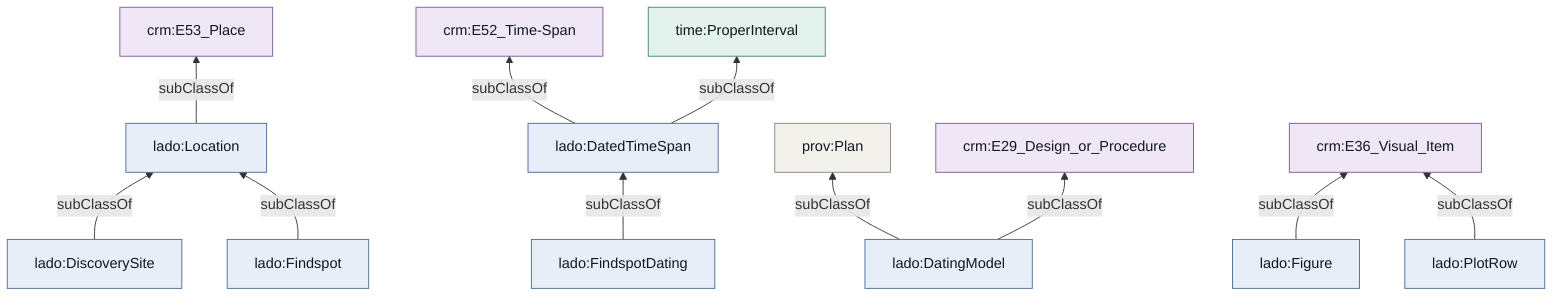
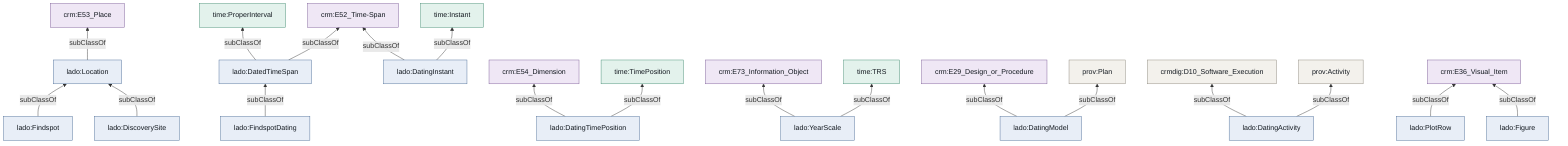
flowchart BT
    lado_Location["lado:Location"]
    crm_E53_Place["crm:E53_Place"]
    lado_Location -->|subClassOf| crm_E53_Place
    lado_DiscoverySite["lado:DiscoverySite"]
    lado_DiscoverySite -->|subClassOf| lado_Location
    lado_Findspot["lado:Findspot"]
    lado_Findspot -->|subClassOf| lado_Location
    lado_DatedTimeSpan["lado:DatedTimeSpan"]
    crm_E52_Time_Span["crm:E52_Time-Span"]
    lado_DatedTimeSpan -->|subClassOf| crm_E52_Time_Span
    time_ProperInterval["time:ProperInterval"]
    lado_DatedTimeSpan -->|subClassOf| time_ProperInterval
    lado_FindspotDating["lado:FindspotDating"]
    lado_FindspotDating -->|subClassOf| lado_DatedTimeSpan
+     lado_DatingInstant["lado:DatingInstant"]
+     time_Instant["time:Instant"]
+     lado_DatingInstant -->|subClassOf| time_Instant
+     lado_DatingInstant -->|subClassOf| crm_E52_Time_Span
+     lado_DatingTimePosition["lado:DatingTimePosition"]
+     time_TimePosition["time:TimePosition"]
+     lado_DatingTimePosition -->|subClassOf| time_TimePosition
+     crm_E54_Dimension["crm:E54_Dimension"]
+     lado_DatingTimePosition -->|subClassOf| crm_E54_Dimension
+     lado_YearScale["lado:YearScale"]
+     time_TRS["time:TRS"]
+     lado_YearScale -->|subClassOf| time_TRS
+     crm_E73_Information_Object["crm:E73_Information_Object"]
+     lado_YearScale -->|subClassOf| crm_E73_Information_Object
    lado_DatingModel["lado:DatingModel"]
    prov_Plan["prov:Plan"]
    lado_DatingModel -->|subClassOf| prov_Plan
    crm_E29_Design_or_Procedure["crm:E29_Design_or_Procedure"]
    lado_DatingModel -->|subClassOf| crm_E29_Design_or_Procedure
+     lado_DatingActivity["lado:DatingActivity"]
+     prov_Activity["prov:Activity"]
+     lado_DatingActivity -->|subClassOf| prov_Activity
+     crmdig_D10_Software_Execution["crmdig:D10_Software_Execution"]
+     lado_DatingActivity -->|subClassOf| crmdig_D10_Software_Execution
    lado_Figure["lado:Figure"]
    crm_E36_Visual_Item["crm:E36_Visual_Item"]
    lado_Figure -->|subClassOf| crm_E36_Visual_Item
    lado_PlotRow["lado:PlotRow"]
    lado_PlotRow -->|subClassOf| crm_E36_Visual_Item
-     class lado_DatedTimeSpan,lado_DatingModel,lado_DiscoverySite,lado_Figure,lado_Findspot,lado_FindspotDating,lado_Location,lado_PlotRow local
-     class crm_E29_Design_or_Procedure,crm_E36_Visual_Item,crm_E52_Time_Span,crm_E53_Place crm
-     class time_ProperInterval time
-     class prov_Plan ext
+     class lado_DatedTimeSpan,lado_DatingActivity,lado_DatingInstant,lado_DatingModel,lado_DatingTimePosition,lado_DiscoverySite,lado_Figure,lado_Findspot,lado_FindspotDating,lado_Location,lado_PlotRow,lado_YearScale local
+     class crm_E29_Design_or_Procedure,crm_E36_Visual_Item,crm_E52_Time_Span,crm_E53_Place,crm_E54_Dimension,crm_E73_Information_Object crm
+     class time_Instant,time_ProperInterval,time_TRS,time_TimePosition time
+     class crmdig_D10_Software_Execution,prov_Activity,prov_Plan ext

    classDef local fill:#e8eef7,stroke:#4a6b96,stroke-width:1px,color:#12181f
    classDef crm fill:#efe7f5,stroke:#7a5a96,stroke-width:1px,color:#12181f
    classDef time fill:#e3f2ec,stroke:#3f8a70,stroke-width:1px,color:#12181f
    classDef ext fill:#f3f1ec,stroke:#8a857a,stroke-width:1px,color:#12181f
    classDef io fill:#faf3e3,stroke:#a8872e,stroke-width:1px,color:#12181f
